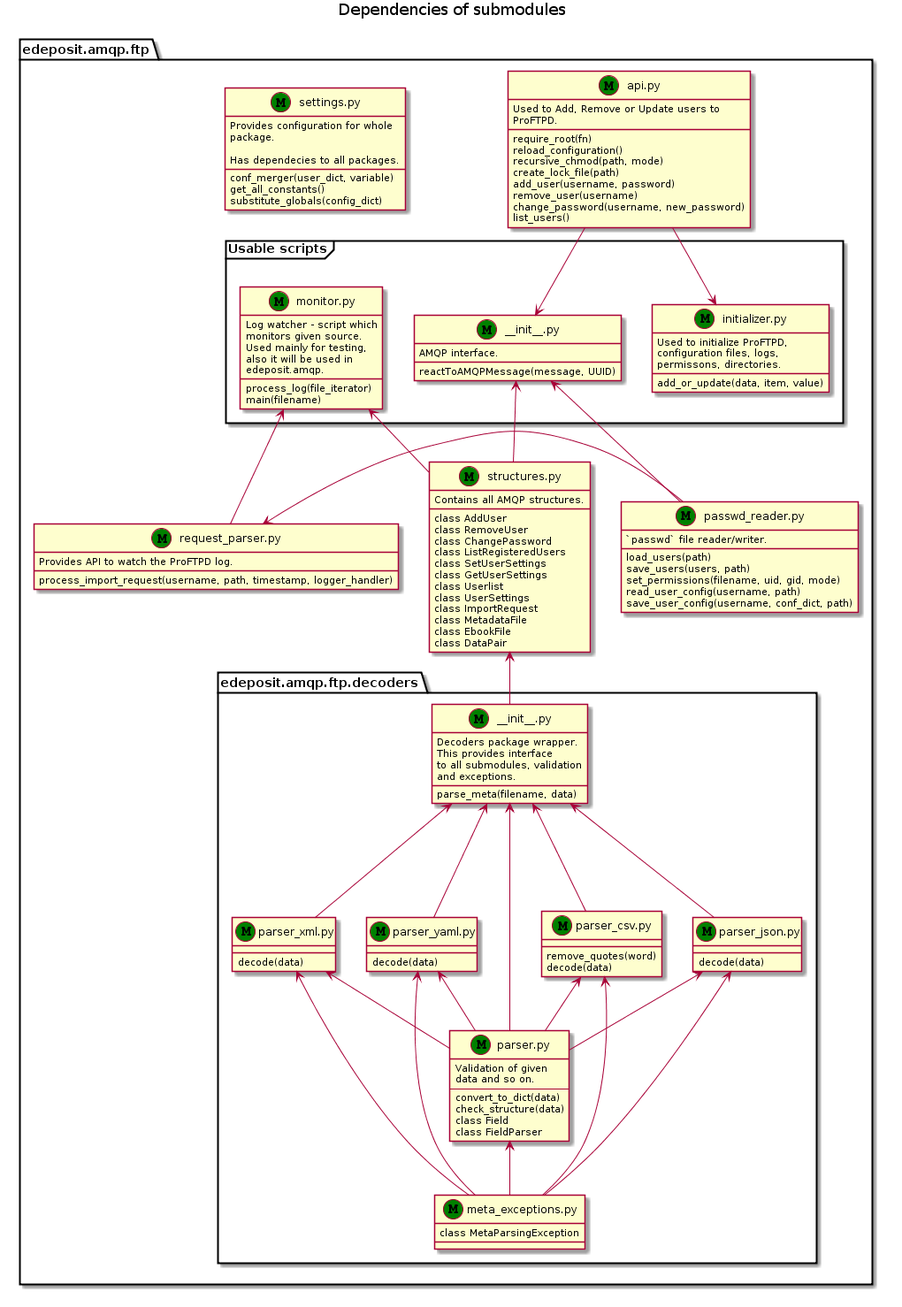
Before: docs/_static/relations.png, a diagram exported from PlantUML (edeposit/edeposit.amqp.ftp).
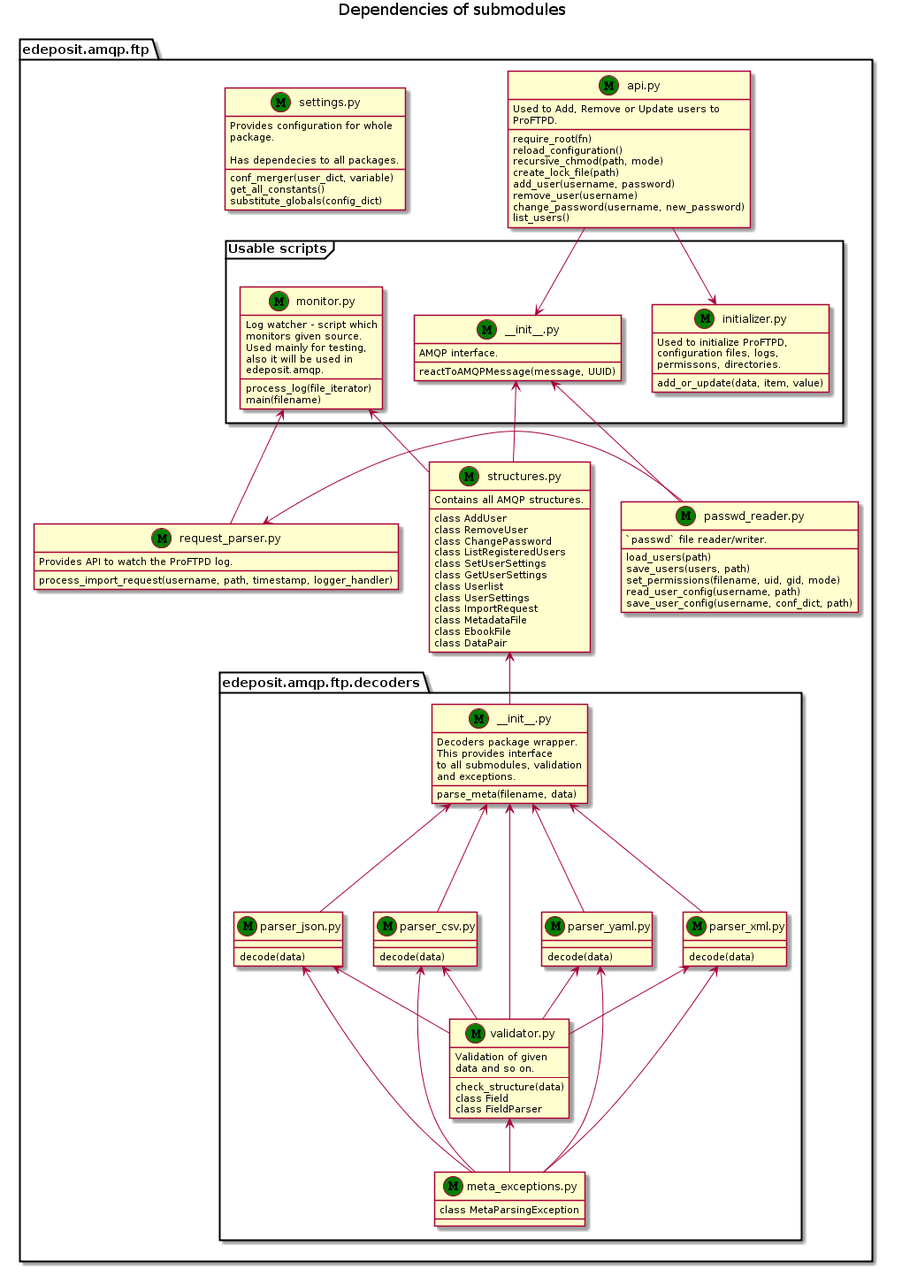
The same diagram one commit later.

Change to the diagram source:
```diff
@@ -11,11 +11,10 @@
 
             parse_meta(filename, data)
         }
-        class "parser.py" as parser <<M, Green>>{
+        class "validator.py" as validator <<M, Green>>{
             Validation of given
             data and so on.
             ---
-            convert_to_dict(data)
             check_structure(data)
             class Field
             class FieldParser
@@ -24,7 +23,6 @@
             decode(data)
         }
         class "parser_csv.py" as parser_csv <<M, Green>>{
-            remove_quotes(word)
             decode(data)
         }
         class "parser_yaml.py" as parser_yaml <<M, Green>>{
@@ -38,12 +36,12 @@
             class MetaParsingException
         }
 
-        parser -u-> parser_json
-        parser -u-> parser_csv
-        parser -u-> parser_yaml
-        parser -u-> parser_xml
+        validator -u-> parser_json
+        validator -u-> parser_csv
+        validator -u-> parser_yaml
+        validator -u-> parser_xml
 
-        meta_exceptions -u-> parser
+        meta_exceptions -u-> validator
 
         meta_exceptions -u--> parser_json
         meta_exceptions -u--> parser_csv
@@ -55,7 +53,7 @@
         parser_yaml -u--> dec_init
         parser_xml -u--> dec_init
 
-        parser -u--> dec_init
+        validator -u--> dec_init
     }
 
     package "Usable scripts" as scripts <<Frame>> {
```
